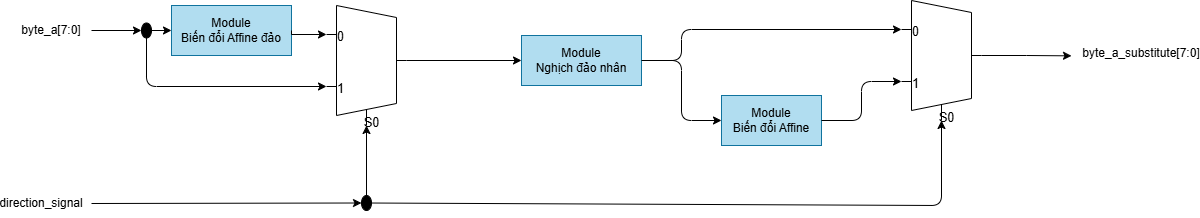
Earlier version of the draw.io export media/SBoxCombinationalLogic.png (LQLManZz/AES128-Verilog). Source tidied: cells renumbered, new cells last; positions are measured from the earlier drawing's top-left corner, leaving out a move shared by most shapes.
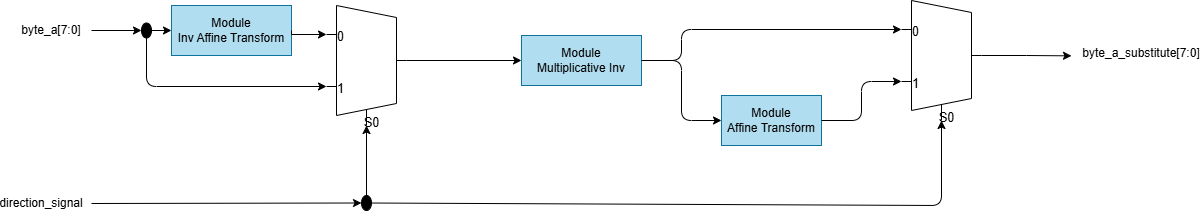
The same file after the commit.

Change to the diagram source:
```diff
@@ -2,7 +2,7 @@
   <root>
     <mxCell id="0" />
     <mxCell id="1" parent="0" />
-    <mxCell id="2" value="Module&lt;br&gt;Biến đổi Affine đảo" style="rounded=0;whiteSpace=wrap;html=1;fillColor=#b1ddf0;strokeColor=#10739e;" parent="1" vertex="1">
+    <mxCell id="2" value="Module&lt;br&gt;Inv Affine Transform" style="rounded=0;whiteSpace=wrap;html=1;fillColor=#b1ddf0;strokeColor=#10739e;" parent="1" vertex="1">
       <mxGeometry x="160" y="5" width="120" height="50" as="geometry" />
     </mxCell>
     <mxCell id="3" style="edgeStyle=orthogonalEdgeStyle;rounded=0;jettySize=auto;html=1;exitX=1;exitY=0.5;exitDx=0;exitDy=-5;exitPerimeter=0;entryX=0;entryY=0.5;entryDx=0;entryDy=0;" parent="1" edge="1" source="4" target="8">
@@ -22,10 +22,10 @@
     <mxCell id="7" style="edgeStyle=orthogonalEdgeStyle;rounded=1;jettySize=auto;html=1;exitX=1;exitY=0.5;exitDx=0;exitDy=0;entryX=0;entryY=0.5;entryDx=0;entryDy=0;curved=0;" parent="1" edge="1" source="8" target="9">
       <mxGeometry relative="1" as="geometry" />
     </mxCell>
-    <mxCell id="8" value="Module&lt;br&gt;Nghịch đảo nhân" style="rounded=0;whiteSpace=wrap;html=1;fillColor=#b1ddf0;strokeColor=#10739e;" parent="1" vertex="1">
+    <mxCell id="8" value="Module&lt;br&gt;Multiplicative Inv" style="rounded=0;whiteSpace=wrap;html=1;fillColor=#b1ddf0;strokeColor=#10739e;" parent="1" vertex="1">
       <mxGeometry x="510" y="35" width="120" height="50" as="geometry" />
     </mxCell>
-    <mxCell id="9" value="Module&lt;br&gt;Biến đổi Affine" style="rounded=0;whiteSpace=wrap;html=1;fillColor=#b1ddf0;strokeColor=#10739e;" parent="1" vertex="1">
+    <mxCell id="9" value="Module&lt;br&gt;Affine Transform" style="rounded=0;whiteSpace=wrap;html=1;fillColor=#b1ddf0;strokeColor=#10739e;" parent="1" vertex="1">
       <mxGeometry x="710" y="95" width="100" height="50" as="geometry" />
     </mxCell>
     <mxCell id="10" style="edgeStyle=orthogonalEdgeStyle;rounded=0;jettySize=auto;html=1;exitX=1;exitY=0.5;exitDx=0;exitDy=0;entryX=0;entryY=0.21666666666666667;entryDx=0;entryDy=3;entryPerimeter=0;" parent="1" edge="1" source="2" target="4">
```
